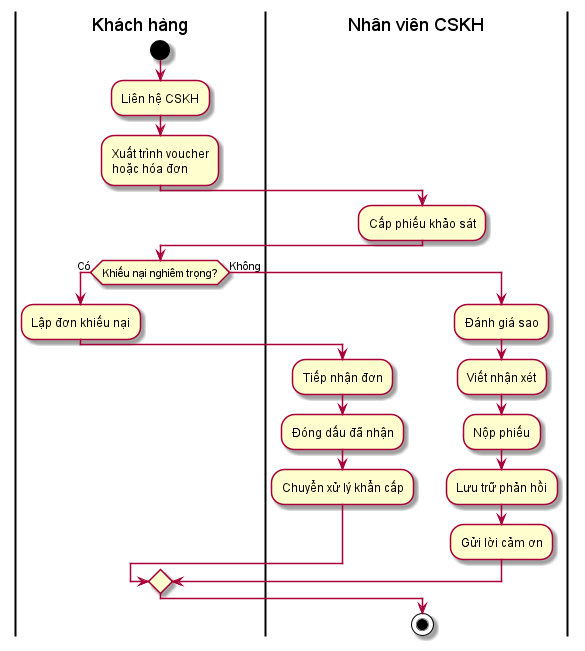
Ngo-The-Dat/e-voucher-system keeps this PlantUML diagram as diagram/activity/KhachHang/Danh_gia_va_Phan_hoi.png. Above is the earlier version.
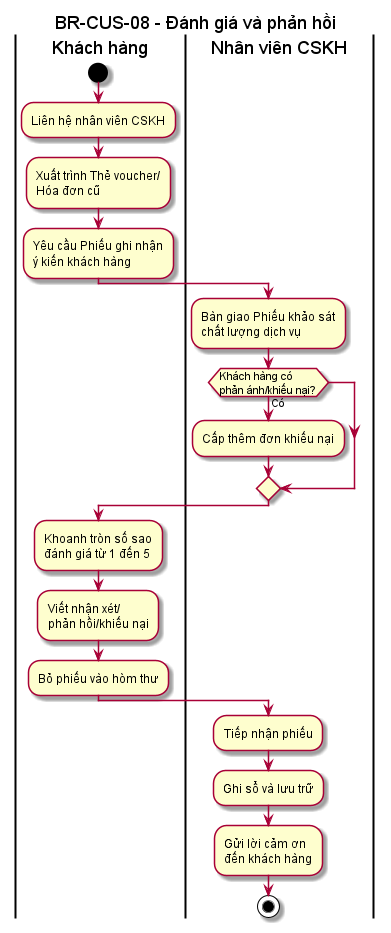
After the change.

Commit message:
docs: fix activity diagram for customer review and feedback process

What changed in the source:
```diff
@@ -1,35 +1,28 @@
-@startuml title BR-CUS-08 - Đánh giá và phản hồi
+@startuml
+title BR-CUS-08 - Đánh giá và phản hồi
 
 |Khách hàng|
 start
-:Liên hệ CSKH;
-:Xuất trình voucher\nhoặc hóa đơn;
+:Liên hệ nhân viên CSKH;
+:Xuất trình Thẻ voucher/\nHóa đơn cũ;
+:Yêu cầu Phiếu ghi nhận\ný kiến khách hàng;
 
 |Nhân viên CSKH|
-:Cấp phiếu khảo sát;
+:Bàn giao Phiếu khảo sát\nchất lượng dịch vụ;
+
+if (Khách hàng có\nphản ánh/khiếu nại?) then (Có)
+    :Cấp thêm đơn khiếu nại;
+endif
 
 |Khách hàng|
+:Khoanh tròn số sao\nđánh giá từ 1 đến 5;
+:Viết nhận xét/\nphản hồi/khiếu nại;
+:Bỏ phiếu vào hòm thư;
 
-if (Khiếu nại nghiêm trọng?) then (Có)
-
-    :Lập đơn khiếu nại;
-
-    |Nhân viên CSKH|
-    :Tiếp nhận đơn;
-    :Đóng dấu đã nhận;
-    :Chuyển xử lý khẩn cấp;
-
-else (Không)
-
-    :Đánh giá sao;
-    :Viết nhận xét;
-    :Nộp phiếu;
-
-    |Nhân viên CSKH|
-    :Lưu trữ phản hồi;
-    :Gửi lời cảm ơn;
-
-endif
+|Nhân viên CSKH|
+:Tiếp nhận phiếu;
+:Ghi sổ và lưu trữ;
+:Gửi lời cảm ơn\nđến khách hàng;
 
 stop
 @enduml
```
